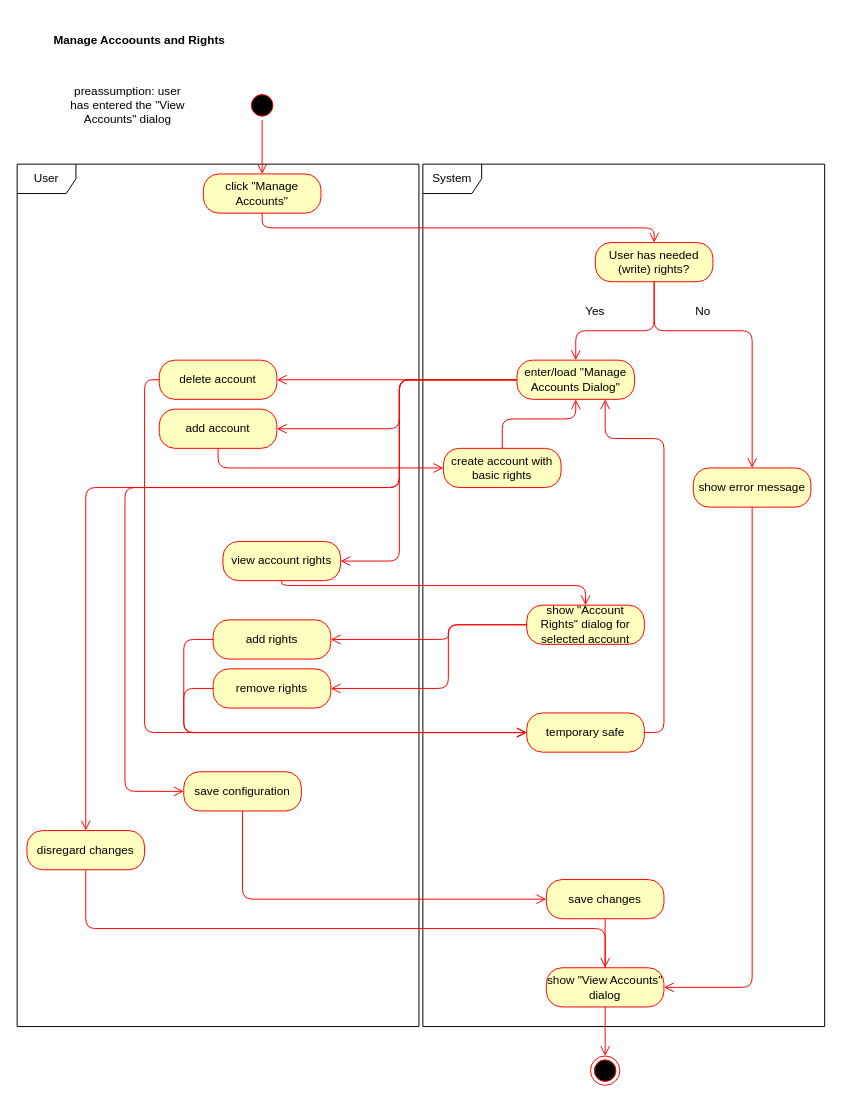
Earlier version of the draw.io diagram ManageAccountsAndRights_ActivityDiagram.drawio (mymanu/Camera-Observation-Tool-Documentation). Source tidied: cells renumbered, new cells numbered last; positions are measured from the earlier drawing's top-left corner, leaving out a move shared by most shapes. Both pictures are drawn from the tidied source at 98%, with x=0, y=0 at pixel (17, 17).
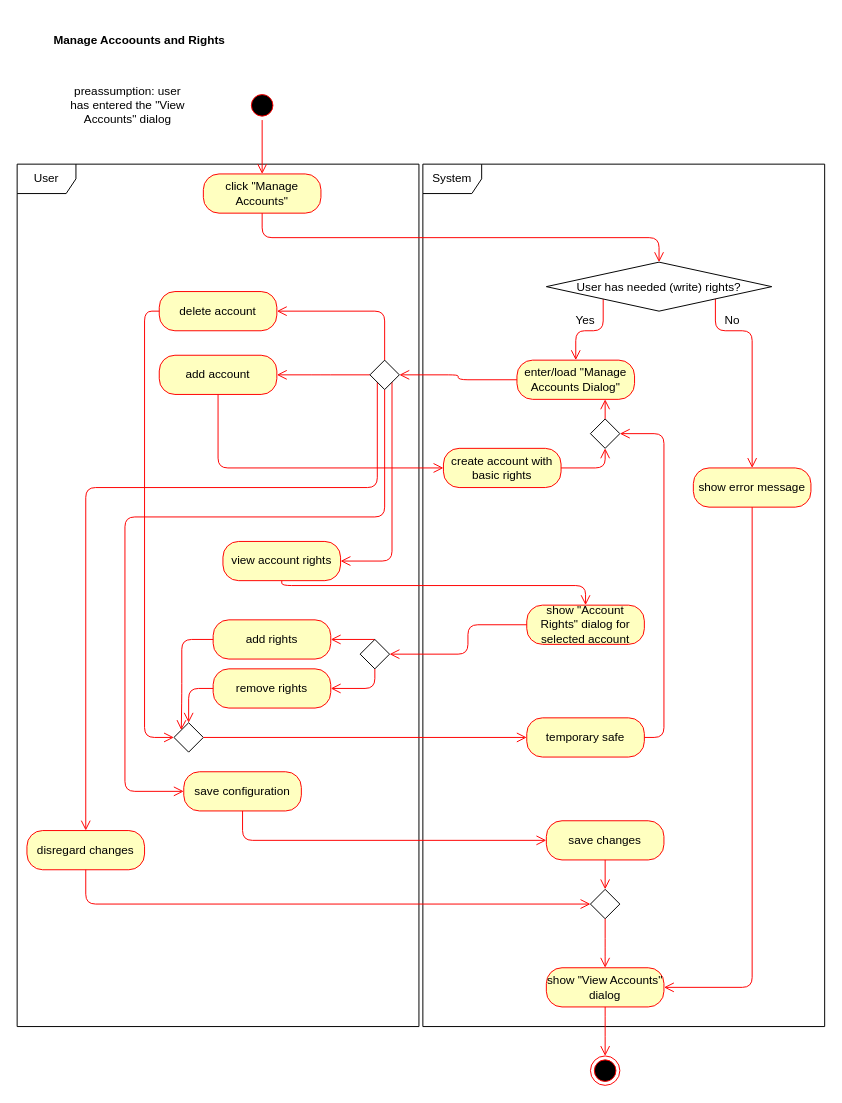
After the change.

The change refers to these unchanged cells:
```xml
<mxCell id="14" value="show error message" style="rounded=1;whiteSpace=wrap;html=1;arcSize=40;fontColor=#000000;fillColor=#ffffc0;strokeColor=#ff0000;" parent="1" vertex="1">
  <mxGeometry x="690" y="460" width="120" height="40" as="geometry" />
</mxCell>
<mxCell id="15" value="enter/load &quot;Manage Accounts Dialog&quot;" style="rounded=1;whiteSpace=wrap;html=1;arcSize=40;fontColor=#000000;fillColor=#ffffc0;strokeColor=#ff0000;" parent="1" vertex="1">
  <mxGeometry x="510" y="350" width="120" height="40" as="geometry" />
</mxCell>
<mxCell id="18" value="add rights" style="rounded=1;whiteSpace=wrap;html=1;arcSize=40;fontColor=#000000;fillColor=#ffffc0;strokeColor=#ff0000;" parent="1" vertex="1">
  <mxGeometry x="200" y="615" width="120" height="40" as="geometry" />
</mxCell>
<mxCell id="19" value="remove rights" style="rounded=1;whiteSpace=wrap;html=1;arcSize=40;fontColor=#000000;fillColor=#ffffc0;strokeColor=#ff0000;" parent="1" vertex="1">
  <mxGeometry x="200" y="665" width="120" height="40" as="geometry" />
</mxCell>
<mxCell id="20" value="save configuration" style="rounded=1;whiteSpace=wrap;html=1;arcSize=40;fontColor=#000000;fillColor=#ffffc0;strokeColor=#ff0000;" parent="1" vertex="1">
  <mxGeometry x="170" y="770" width="120" height="40" as="geometry" />
</mxCell>
<mxCell id="21" value="view account rights" style="rounded=1;whiteSpace=wrap;html=1;arcSize=40;fontColor=#000000;fillColor=#ffffc0;strokeColor=#ff0000;" parent="1" vertex="1">
  <mxGeometry x="210" y="535" width="120" height="40" as="geometry" />
</mxCell>
<mxCell id="22" value="show &quot;Account Rights&quot; dialog for selected account" style="rounded=1;whiteSpace=wrap;html=1;arcSize=40;fontColor=#000000;fillColor=#ffffc0;strokeColor=#ff0000;" parent="1" vertex="1">
  <mxGeometry x="520" y="600" width="120" height="40" as="geometry" />
</mxCell>
<mxCell id="30" value="create account with basic rights" style="rounded=1;whiteSpace=wrap;html=1;arcSize=40;fontColor=#000000;fillColor=#ffffc0;strokeColor=#ff0000;" parent="1" vertex="1">
  <mxGeometry x="435" y="440" width="120" height="40" as="geometry" />
</mxCell>
<mxCell id="41" value="show &quot;View Accounts&quot; dialog" style="rounded=1;whiteSpace=wrap;html=1;arcSize=40;fontColor=#000000;fillColor=#ffffc0;strokeColor=#ff0000;" parent="1" vertex="1">
  <mxGeometry x="540" y="970" width="120" height="40" as="geometry" />
</mxCell>
<mxCell id="42" value="disregard changes" style="rounded=1;whiteSpace=wrap;html=1;arcSize=40;fontColor=#000000;fillColor=#ffffc0;strokeColor=#ff0000;" parent="1" vertex="1">
  <mxGeometry x="10" y="830" width="120" height="40" as="geometry" />
</mxCell>
```

The edit, as a diff of the source:
```diff
@@
     <mxCell id="4" value="Yes" style="text;html=1;strokeColor=none;fillColor=none;align=center;verticalAlign=middle;whiteSpace=wrap;rounded=0;" parent="1" vertex="1">
-      <mxGeometry x="570" y="290" width="40" height="20" as="geometry" />
+      <mxGeometry x="560" y="300" width="40" height="20" as="geometry" />
     </mxCell>
     <mxCell id="5" value="No" style="text;html=1;strokeColor=none;fillColor=none;align=center;verticalAlign=middle;whiteSpace=wrap;rounded=0;" parent="1" vertex="1">
-      <mxGeometry x="680" y="290" width="40" height="20" as="geometry" />
+      <mxGeometry x="710" y="300" width="40" height="20" as="geometry" />
     </mxCell>
@@
-    <mxCell id="7" value="User has needed (write) rights?" style="rounded=1;whiteSpace=wrap;html=1;arcSize=40;fontColor=#000000;fillColor=#ffffc0;strokeColor=#ff0000;" parent="1" vertex="1">
-      <mxGeometry x="590" y="230" width="120" height="40" as="geometry" />
-    </mxCell>
@@
     <mxCell id="16" value="delete account" style="rounded=1;whiteSpace=wrap;html=1;arcSize=40;fontColor=#000000;fillColor=#ffffc0;strokeColor=#ff0000;" parent="1" vertex="1">
-      <mxGeometry x="145" y="350" width="120" height="40" as="geometry" />
+      <mxGeometry x="145" y="280" width="120" height="40" as="geometry" />
     </mxCell>
     <mxCell id="17" value="add account" style="rounded=1;whiteSpace=wrap;html=1;arcSize=40;fontColor=#000000;fillColor=#ffffc0;strokeColor=#ff0000;" parent="1" vertex="1">
-      <mxGeometry x="145" y="400" width="120" height="40" as="geometry" />
+      <mxGeometry x="145" y="345" width="120" height="40" as="geometry" />
     </mxCell>
@@
-    <mxCell id="23" style="edgeStyle=orthogonalEdgeStyle;html=1;verticalAlign=bottom;endArrow=open;endSize=8;strokeColor=#ff0000;entryX=1;entryY=0.5;entryDx=0;entryDy=0;exitX=0;exitY=0.5;exitDx=0;exitDy=0;" parent="1" edge="1" source="15" target="16">
+    <mxCell id="23" style="edgeStyle=orthogonalEdgeStyle;html=1;verticalAlign=bottom;endArrow=open;endSize=8;strokeColor=#ff0000;entryX=1;entryY=0.5;entryDx=0;entryDy=0;exitX=0.5;exitY=0;exitDx=0;exitDy=0;" parent="1" edge="1" source="53" target="16">
       <mxGeometry relative="1" as="geometry" />
     </mxCell>
-    <mxCell id="24" style="edgeStyle=orthogonalEdgeStyle;html=1;verticalAlign=bottom;endArrow=open;endSize=8;strokeColor=#ff0000;entryX=1;entryY=0.5;entryDx=0;entryDy=0;exitX=0;exitY=0.5;exitDx=0;exitDy=0;startSize=7;" parent="1" edge="1" source="15" target="17">
+    <mxCell id="24" style="edgeStyle=orthogonalEdgeStyle;html=1;verticalAlign=bottom;endArrow=open;endSize=8;strokeColor=#ff0000;entryX=1;entryY=0.5;entryDx=0;entryDy=0;exitX=0;exitY=0.5;exitDx=0;exitDy=0;startSize=7;" parent="1" edge="1" source="53" target="17">
       <mxGeometry relative="1" as="geometry">
         <Array as="points">
-          <mxPoint x="390" y="370" />
-          <mxPoint x="390" y="420" />
+          <mxPoint x="310" y="365" />
+          <mxPoint x="310" y="365" />
         </Array>
       </mxGeometry>
     </mxCell>
-    <mxCell id="25" style="edgeStyle=orthogonalEdgeStyle;html=1;verticalAlign=bottom;endArrow=open;endSize=8;strokeColor=#ff0000;entryX=1;entryY=0.5;entryDx=0;entryDy=0;exitX=0;exitY=0.5;exitDx=0;exitDy=0;" parent="1" edge="1" source="15" target="21">
+    <mxCell id="25" style="edgeStyle=orthogonalEdgeStyle;html=1;verticalAlign=bottom;endArrow=open;endSize=8;strokeColor=#ff0000;entryX=1;entryY=0.5;entryDx=0;entryDy=0;exitX=1;exitY=1;exitDx=0;exitDy=0;" parent="1" edge="1" source="53" target="21">
       <mxGeometry relative="1" as="geometry">
         <Array as="points">
-          <mxPoint x="390" y="370" />
-          <mxPoint x="390" y="555" />
+          <mxPoint x="383" y="555" />
         </Array>
       </mxGeometry>
     </mxCell>
@@
-    <mxCell id="27" style="edgeStyle=orthogonalEdgeStyle;html=1;verticalAlign=bottom;endArrow=open;endSize=8;strokeColor=#ff0000;exitX=0;exitY=0.5;exitDx=0;exitDy=0;entryX=1;entryY=0.5;entryDx=0;entryDy=0;" parent="1" edge="1" source="22" target="18">
+    <mxCell id="27" style="edgeStyle=orthogonalEdgeStyle;html=1;verticalAlign=bottom;endArrow=open;endSize=8;strokeColor=#ff0000;exitX=0.5;exitY=0;exitDx=0;exitDy=0;entryX=1;entryY=0.5;entryDx=0;entryDy=0;" parent="1" edge="1" source="55" target="18">
       <mxGeometry relative="1" as="geometry">
         <Array as="points">
-          <mxPoint x="440" y="620" />
-          <mxPoint x="440" y="635" />
+          <mxPoint x="365" y="635" />
+          <mxPoint x="365" y="635" />
         </Array>
       </mxGeometry>
     </mxCell>
-    <mxCell id="28" style="edgeStyle=orthogonalEdgeStyle;html=1;verticalAlign=bottom;endArrow=open;endSize=8;strokeColor=#ff0000;entryX=1;entryY=0.5;entryDx=0;entryDy=0;exitX=0;exitY=0.5;exitDx=0;exitDy=0;" parent="1" edge="1" source="22" target="19">
+    <mxCell id="28" style="edgeStyle=orthogonalEdgeStyle;html=1;verticalAlign=bottom;endArrow=open;endSize=8;strokeColor=#ff0000;entryX=1;entryY=0.5;entryDx=0;entryDy=0;exitX=0.5;exitY=1;exitDx=0;exitDy=0;" parent="1" edge="1" source="55" target="19">
       <mxGeometry relative="1" as="geometry">
         <Array as="points">
-          <mxPoint x="440" y="620" />
-          <mxPoint x="440" y="685" />
+          <mxPoint x="365" y="685" />
         </Array>
       </mxGeometry>
     </mxCell>
@@
-    <mxCell id="31" style="edgeStyle=orthogonalEdgeStyle;html=1;verticalAlign=bottom;endArrow=open;endSize=8;strokeColor=#ff0000;entryX=0.5;entryY=1;entryDx=0;entryDy=0;exitX=0.5;exitY=0;exitDx=0;exitDy=0;" parent="1" edge="1" source="30" target="15">
+    <mxCell id="31" style="edgeStyle=orthogonalEdgeStyle;html=1;verticalAlign=bottom;endArrow=open;endSize=8;strokeColor=#ff0000;entryX=0.5;entryY=1;entryDx=0;entryDy=0;exitX=1;exitY=0.5;exitDx=0;exitDy=0;" parent="1" edge="1" source="30" target="49">
       <mxGeometry relative="1" as="geometry">
         <Array as="points">
-          <mxPoint x="495" y="410" />
-          <mxPoint x="570" y="410" />
+          <mxPoint x="600" y="460" />
         </Array>
       </mxGeometry>
     </mxCell>
-    <mxCell id="32" style="edgeStyle=orthogonalEdgeStyle;html=1;verticalAlign=bottom;endArrow=open;endSize=8;strokeColor=#ff0000;exitX=0;exitY=0.5;exitDx=0;exitDy=0;entryX=0;entryY=0.5;entryDx=0;entryDy=0;" parent="1" edge="1" source="18" target="33">
+    <mxCell id="32" style="edgeStyle=orthogonalEdgeStyle;html=1;verticalAlign=bottom;endArrow=open;endSize=8;strokeColor=#ff0000;exitX=0;exitY=0.5;exitDx=0;exitDy=0;entryX=0;entryY=0;entryDx=0;entryDy=0;" parent="1" edge="1" source="18" target="54">
       <mxGeometry relative="1" as="geometry">
         <Array as="points">
-          <mxPoint x="170" y="635" />
-          <mxPoint x="170" y="730" />
+          <mxPoint x="168" y="635" />
+          <mxPoint x="168" y="690" />
         </Array>
       </mxGeometry>
     </mxCell>
     <mxCell id="33" value="temporary safe" style="rounded=1;whiteSpace=wrap;html=1;arcSize=40;fontColor=#000000;fillColor=#ffffc0;strokeColor=#ff0000;" parent="1" vertex="1">
-      <mxGeometry x="520" y="710" width="120" height="40" as="geometry" />
+      <mxGeometry x="520" y="715" width="120" height="40" as="geometry" />
     </mxCell>
-    <mxCell id="34" style="edgeStyle=orthogonalEdgeStyle;html=1;verticalAlign=bottom;endArrow=open;endSize=8;strokeColor=#ff0000;exitX=1;exitY=0.5;exitDx=0;exitDy=0;entryX=0.75;entryY=1;entryDx=0;entryDy=0;" parent="1" edge="1" source="33" target="15">
+    <mxCell id="34" style="edgeStyle=orthogonalEdgeStyle;html=1;verticalAlign=bottom;endArrow=open;endSize=8;strokeColor=#ff0000;exitX=1;exitY=0.5;exitDx=0;exitDy=0;entryX=1;entryY=0.5;entryDx=0;entryDy=0;" parent="1" edge="1" source="33" target="49">
       <mxGeometry relative="1" as="geometry">
         <Array as="points">
-          <mxPoint x="660" y="730" />
-          <mxPoint x="660" y="430" />
-          <mxPoint x="600" y="430" />
+          <mxPoint x="660" y="735" />
+          <mxPoint x="660" y="425" />
         </Array>
       </mxGeometry>
     </mxCell>
     <mxCell id="35" value="save changes" style="rounded=1;whiteSpace=wrap;html=1;arcSize=40;fontColor=#000000;fillColor=#ffffc0;strokeColor=#ff0000;" parent="1" vertex="1">
-      <mxGeometry x="540" y="880" width="120" height="40" as="geometry" />
+      <mxGeometry x="540" y="820" width="120" height="40" as="geometry" />
     </mxCell>
-    <mxCell id="36" style="edgeStyle=orthogonalEdgeStyle;html=1;verticalAlign=bottom;endArrow=open;endSize=8;strokeColor=#ff0000;exitX=0;exitY=0.5;exitDx=0;exitDy=0;entryX=0;entryY=0.5;entryDx=0;entryDy=0;" parent="1" edge="1" source="19" target="33">
+    <mxCell id="36" style="edgeStyle=orthogonalEdgeStyle;html=1;verticalAlign=bottom;endArrow=open;endSize=8;strokeColor=#ff0000;exitX=0;exitY=0.5;exitDx=0;exitDy=0;entryX=0.5;entryY=0;entryDx=0;entryDy=0;" parent="1" edge="1" source="19" target="54">
       <mxGeometry relative="1" as="geometry">
         <Array as="points">
-          <mxPoint x="170" y="685" />
-          <mxPoint x="170" y="730" />
+          <mxPoint x="175" y="685" />
         </Array>
       </mxGeometry>
     </mxCell>
-    <mxCell id="37" style="edgeStyle=orthogonalEdgeStyle;html=1;verticalAlign=bottom;endArrow=open;endSize=8;strokeColor=#ff0000;exitX=0;exitY=0.5;exitDx=0;exitDy=0;entryX=0;entryY=0.5;entryDx=0;entryDy=0;" parent="1" edge="1" source="15" target="20">
+    <mxCell id="37" style="edgeStyle=orthogonalEdgeStyle;html=1;verticalAlign=bottom;endArrow=open;endSize=8;strokeColor=#ff0000;exitX=0.5;exitY=1;exitDx=0;exitDy=0;entryX=0;entryY=0.5;entryDx=0;entryDy=0;" parent="1" edge="1" source="53" target="20">
       <mxGeometry relative="1" as="geometry">
         <Array as="points">
-          <mxPoint x="390" y="370" />
-          <mxPoint x="390" y="480" />
-          <mxPoint x="110" y="480" />
+          <mxPoint x="375" y="510" />
+          <mxPoint x="110" y="510" />
           <mxPoint x="110" y="790" />
         </Array>
       </mxGeometry>
     </mxCell>
     <mxCell id="38" style="edgeStyle=orthogonalEdgeStyle;html=1;verticalAlign=bottom;endArrow=open;endSize=8;strokeColor=#ff0000;exitX=0.5;exitY=1;exitDx=0;exitDy=0;entryX=0;entryY=0.5;entryDx=0;entryDy=0;" parent="1" edge="1" source="20" target="35">
       <mxGeometry relative="1" as="geometry">
         <Array as="points">
-          <mxPoint x="230" y="900" />
+          <mxPoint x="230" y="840" />
         </Array>
       </mxGeometry>
     </mxCell>
-    <mxCell id="39" style="edgeStyle=orthogonalEdgeStyle;html=1;verticalAlign=bottom;endArrow=open;endSize=8;strokeColor=#ff0000;exitX=0.5;exitY=1;exitDx=0;exitDy=0;entryX=0.5;entryY=0;entryDx=0;entryDy=0;" parent="1" edge="1" source="35" target="41">
+    <mxCell id="39" style="edgeStyle=orthogonalEdgeStyle;html=1;verticalAlign=bottom;endArrow=open;endSize=8;strokeColor=#ff0000;exitX=0.5;exitY=1;exitDx=0;exitDy=0;entryX=0.5;entryY=0;entryDx=0;entryDy=0;" parent="1" edge="1" source="35" target="51">
       <mxGeometry relative="1" as="geometry">
         <Array as="points">
-          <mxPoint x="600" y="990" />
+          <mxPoint x="600" y="890" />
+          <mxPoint x="600" y="890" />
         </Array>
       </mxGeometry>
     </mxCell>
-    <mxCell id="40" style="edgeStyle=orthogonalEdgeStyle;html=1;verticalAlign=bottom;endArrow=open;endSize=8;strokeColor=#ff0000;exitX=0;exitY=0.5;exitDx=0;exitDy=0;entryX=0;entryY=0.5;entryDx=0;entryDy=0;" parent="1" edge="1" source="16" target="33">
+    <mxCell id="40" style="edgeStyle=orthogonalEdgeStyle;html=1;verticalAlign=bottom;endArrow=open;endSize=8;strokeColor=#ff0000;exitX=0;exitY=0.5;exitDx=0;exitDy=0;entryX=0;entryY=0.5;entryDx=0;entryDy=0;" parent="1" edge="1" source="16" target="54">
       <mxGeometry relative="1" as="geometry">
         <Array as="points">
-          <mxPoint x="130" y="370" />
-          <mxPoint x="130" y="730" />
+          <mxPoint x="130" y="300" />
+          <mxPoint x="130" y="735" />
         </Array>
       </mxGeometry>
     </mxCell>
@@
-    <mxCell id="43" style="edgeStyle=orthogonalEdgeStyle;html=1;verticalAlign=bottom;endArrow=open;endSize=8;strokeColor=#ff0000;exitX=0;exitY=0.5;exitDx=0;exitDy=0;entryX=0.5;entryY=0;entryDx=0;entryDy=0;" parent="1" edge="1" source="15" target="42">
+    <mxCell id="43" style="edgeStyle=orthogonalEdgeStyle;html=1;verticalAlign=bottom;endArrow=open;endSize=8;strokeColor=#ff0000;exitX=0;exitY=1;exitDx=0;exitDy=0;entryX=0.5;entryY=0;entryDx=0;entryDy=0;" parent="1" edge="1" source="53" target="42">
       <mxGeometry relative="1" as="geometry">
         <Array as="points">
-          <mxPoint x="390" y="370" />
-          <mxPoint x="390" y="480" />
+          <mxPoint x="368" y="480" />
           <mxPoint x="70" y="480" />
         </Array>
       </mxGeometry>
     </mxCell>
-    <mxCell id="44" style="edgeStyle=orthogonalEdgeStyle;html=1;verticalAlign=bottom;endArrow=open;endSize=8;strokeColor=#ff0000;exitX=0.5;exitY=1;exitDx=0;exitDy=0;entryX=0.5;entryY=0;entryDx=0;entryDy=0;" parent="1" edge="1" source="42" target="41">
+    <mxCell id="44" style="edgeStyle=orthogonalEdgeStyle;html=1;verticalAlign=bottom;endArrow=open;endSize=8;strokeColor=#ff0000;exitX=0.5;exitY=1;exitDx=0;exitDy=0;entryX=0;entryY=0.5;entryDx=0;entryDy=0;" parent="1" edge="1" source="42" target="51">
       <mxGeometry relative="1" as="geometry">
         <Array as="points">
-          <mxPoint x="70" y="930" />
-          <mxPoint x="600" y="930" />
+          <mxPoint x="70" y="905" />
         </Array>
       </mxGeometry>
     </mxCell>
@@
-    <mxCell id="47" style="edgeStyle=orthogonalEdgeStyle;html=1;verticalAlign=bottom;endArrow=open;endSize=8;strokeColor=#ff0000;entryX=0.5;entryY=0;entryDx=0;entryDy=0;exitX=0.5;exitY=1;exitDx=0;exitDy=0;" parent="1" edge="1" source="7" target="14">
+    <mxCell id="47" style="edgeStyle=orthogonalEdgeStyle;html=1;verticalAlign=bottom;endArrow=open;endSize=8;strokeColor=#ff0000;entryX=0.5;entryY=0;entryDx=0;entryDy=0;exitX=1;exitY=1;exitDx=0;exitDy=0;" parent="1" edge="1" source="7" target="14">
       <mxGeometry relative="1" as="geometry">
         <Array as="points">
-          <mxPoint x="650" y="320" />
+          <mxPoint x="713" y="320" />
           <mxPoint x="750" y="320" />
         </Array>
       </mxGeometry>
     </mxCell>
-    <mxCell id="48" style="edgeStyle=orthogonalEdgeStyle;html=1;verticalAlign=bottom;endArrow=open;endSize=8;strokeColor=#ff0000;entryX=0.5;entryY=0;entryDx=0;entryDy=0;exitX=0.5;exitY=1;exitDx=0;exitDy=0;" parent="1" edge="1" source="7" target="15">
+    <mxCell id="48" style="edgeStyle=orthogonalEdgeStyle;html=1;verticalAlign=bottom;endArrow=open;endSize=8;strokeColor=#ff0000;entryX=0.5;entryY=0;entryDx=0;entryDy=0;" parent="1" edge="1" target="15">
       <mxGeometry relative="1" as="geometry">
+        <mxPoint x="598" y="280" as="sourcePoint" />
         <Array as="points">
-          <mxPoint x="650" y="320" />
+          <mxPoint x="598" y="320" />
           <mxPoint x="570" y="320" />
         </Array>
       </mxGeometry>
     </mxCell>
+    <mxCell id="7" value="User has needed (write) rights?" style="rhombus;" parent="1" vertex="1">
+      <mxGeometry x="540" y="250" width="230" height="50" as="geometry" />
+    </mxCell>
+    <mxCell id="49" style="rhombus;" parent="1" vertex="1">
+      <mxGeometry x="585" y="410" width="30" height="30" as="geometry" />
+    </mxCell>
+    <mxCell id="50" style="edgeStyle=orthogonalEdgeStyle;html=1;verticalAlign=bottom;endArrow=open;endSize=8;strokeColor=#ff0000;exitX=0.5;exitY=0;exitDx=0;exitDy=0;entryX=0.75;entryY=1;entryDx=0;entryDy=0;" parent="1" edge="1" source="49" target="15">
+      <mxGeometry relative="1" as="geometry" />
+    </mxCell>
+    <mxCell id="51" style="rhombus;" parent="1" vertex="1">
+      <mxGeometry x="585" y="890" width="30" height="30" as="geometry" />
+    </mxCell>
+    <mxCell id="52" style="edgeStyle=orthogonalEdgeStyle;html=1;verticalAlign=bottom;endArrow=open;endSize=8;strokeColor=#ff0000;exitX=0.5;exitY=1;exitDx=0;exitDy=0;entryX=0.5;entryY=0;entryDx=0;entryDy=0;" parent="1" edge="1" source="51" target="41">
+      <mxGeometry relative="1" as="geometry">
+        <Array as="points">
+          <mxPoint x="600" y="950" />
+          <mxPoint x="600" y="950" />
+        </Array>
+      </mxGeometry>
+    </mxCell>
+    <mxCell id="53" style="rhombus;" parent="1" vertex="1">
+      <mxGeometry x="360" y="350" width="30" height="30" as="geometry" />
+    </mxCell>
+    <mxCell id="54" style="rhombus;" parent="1" vertex="1">
+      <mxGeometry x="160" y="720" width="30" height="30" as="geometry" />
+    </mxCell>
+    <mxCell id="55" style="rhombus;" parent="1" vertex="1">
+      <mxGeometry x="350" y="635" width="30" height="30" as="geometry" />
+    </mxCell>
+    <mxCell id="56" style="edgeStyle=orthogonalEdgeStyle;html=1;verticalAlign=bottom;endArrow=open;endSize=8;strokeColor=#ff0000;entryX=1;entryY=0.5;entryDx=0;entryDy=0;exitX=0;exitY=0.5;exitDx=0;exitDy=0;" parent="1" edge="1" source="22" target="55">
+      <mxGeometry relative="1" as="geometry">
+        <Array as="points">
+          <mxPoint x="460" y="620" />
+          <mxPoint x="460" y="650" />
+        </Array>
+      </mxGeometry>
+    </mxCell>
+    <mxCell id="57" style="edgeStyle=orthogonalEdgeStyle;html=1;verticalAlign=bottom;endArrow=open;endSize=8;strokeColor=#ff0000;exitX=1;exitY=0.5;exitDx=0;exitDy=0;entryX=0;entryY=0.5;entryDx=0;entryDy=0;" parent="1" edge="1" source="54" target="33">
+      <mxGeometry relative="1" as="geometry">
+        <Array as="points">
+          <mxPoint x="520" y="735" />
+        </Array>
+      </mxGeometry>
+    </mxCell>
+    <mxCell id="58" style="edgeStyle=orthogonalEdgeStyle;html=1;verticalAlign=bottom;endArrow=open;endSize=8;strokeColor=#ff0000;entryX=1;entryY=0.5;entryDx=0;entryDy=0;exitX=0;exitY=0.5;exitDx=0;exitDy=0;" parent="1" edge="1" source="15" target="53">
+      <mxGeometry relative="1" as="geometry" />
+    </mxCell>
```
